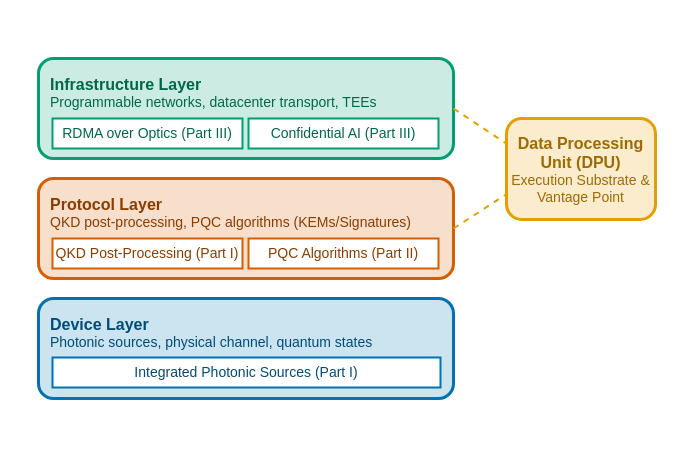
Before: figures/chapter2/cross_layer_stack.drawio in jgmj23/tue_phd_thesis, a draw.io diagram. Source tidied: cells renumbered, new cells numbered last; positions are measured from the earlier drawing's top-left corner, leaving out a move shared by most shapes. Both pictures are drawn from the tidied source at 100%, with x=0, y=0 at pixel (38, 58).
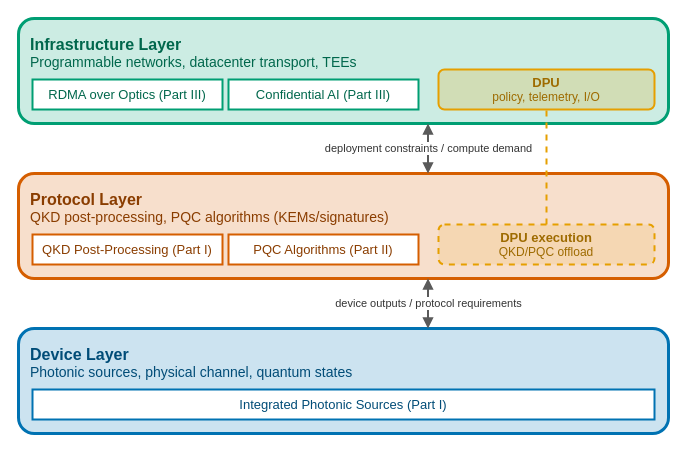
After the change.

Change to the diagram source:
```diff
@@
 <mxGraphModel>
   <root>
     <mxCell id="0" />
     <mxCell id="1" parent="0" />
-    <mxCell id="2" value="&lt;b style=&quot;font-size: 16px;&quot;&gt;Device Layer&lt;/b&gt;&lt;br&gt;&lt;div style=&quot;font-size: 14px;&quot;&gt;Photonic sources, physical channel, quantum states&lt;/div&gt;" style="rounded=1;whiteSpace=wrap;html=1;fillColor=#0072B2;fillOpacity=20;strokeColor=#0072B2;strokeWidth=3;fontFamily=LMRoman10;fontColor=#004C77;align=left;verticalAlign=top;spacingLeft=10;spacingTop=10;" parent="1" vertex="1">
-      <mxGeometry y="240" width="415" height="100" as="geometry" />
-    </mxCell>
-    <mxCell id="3" value="Integrated Photonic Sources (Part I)" style="rounded=0;whiteSpace=wrap;html=1;fillColor=#ffffff;strokeColor=#0072B2;strokeWidth=2;fontFamily=LMRoman10;fontColor=#004C77;fontSize=14;" parent="1" vertex="1">
-      <mxGeometry x="14" y="299" width="388" height="30" as="geometry" />
-    </mxCell>
+    <mxCell id="7" value="&lt;b style=&quot;font-size: 16px;&quot;&gt;Infrastructure Layer&lt;/b&gt;&lt;br&gt;&lt;div style=&quot;font-size: 14px;&quot;&gt;Programmable networks, datacenter transport, TEEs&lt;/div&gt;" style="rounded=1;whiteSpace=wrap;html=1;fillColor=#009E73;fillOpacity=20;strokeColor=#009E73;strokeWidth=3;fontFamily=LMRoman10;fontColor=#00674C;align=left;verticalAlign=top;spacingLeft=10;spacingTop=10;" parent="1" vertex="1">
+      <mxGeometry x="-20" y="-40" width="650" height="105" as="geometry" />
+    </mxCell>
+    <mxCell id="8" value="RDMA over Optics (Part III)" style="rounded=0;whiteSpace=wrap;html=1;fillColor=#ffffff;strokeColor=#009E73;strokeWidth=2;fontFamily=LMRoman10;fontColor=#00674C;fontSize=13;" parent="1" vertex="1">
+      <mxGeometry x="-6" y="21" width="190" height="30" as="geometry" />
+    </mxCell>
+    <mxCell id="9" value="Confidential AI (Part III)" style="rounded=0;whiteSpace=wrap;html=1;fillColor=#ffffff;strokeColor=#009E73;strokeWidth=2;fontFamily=LMRoman10;fontColor=#00674C;fontSize=13;" parent="1" vertex="1">
+      <mxGeometry x="190" y="21" width="190" height="30" as="geometry" />
+    </mxCell>
+    <mxCell id="13" value="&lt;b&gt;DPU&lt;/b&gt;&lt;br&gt;&lt;div style=&quot;font-size: 12px;&quot;&gt;policy, telemetry, I/O&lt;/div&gt;" style="rounded=1;whiteSpace=wrap;html=1;fillColor=#E69F00;fillOpacity=20;strokeColor=#E69F00;strokeWidth=2;fontFamily=LMRoman10;fontColor=#9E6B00;fontSize=13;" parent="1" vertex="1">
+      <mxGeometry x="400" y="11" width="216" height="40" as="geometry" />
+    </mxCell>
-    <mxCell id="4" value="&lt;b style=&quot;font-size: 16px;&quot;&gt;Protocol Layer&lt;/b&gt;&lt;br&gt;&lt;div style=&quot;font-size: 14px;&quot;&gt;QKD post-processing, PQC algorithms (KEMs/Signatures)&lt;/div&gt;" style="rounded=1;whiteSpace=wrap;html=1;fillColor=#D55E00;fillOpacity=20;strokeColor=#D55E00;strokeWidth=3;fontFamily=LMRoman10;fontColor=#8A3D00;align=left;verticalAlign=top;spacingLeft=10;spacingTop=10;" parent="1" vertex="1">
-      <mxGeometry y="120" width="415" height="100" as="geometry" />
+    <mxCell id="4" value="&lt;b style=&quot;font-size: 16px;&quot;&gt;Protocol Layer&lt;/b&gt;&lt;br&gt;&lt;div style=&quot;font-size: 14px;&quot;&gt;QKD post-processing, PQC algorithms (KEMs/signatures)&lt;/div&gt;" style="rounded=1;whiteSpace=wrap;html=1;fillColor=#D55E00;fillOpacity=20;strokeColor=#D55E00;strokeWidth=3;fontFamily=LMRoman10;fontColor=#8A3D00;align=left;verticalAlign=top;spacingLeft=10;spacingTop=10;" parent="1" vertex="1">
+      <mxGeometry x="-20" y="115" width="650" height="105" as="geometry" />
     </mxCell>
-    <mxCell id="5" value="QKD Post-Processing (Part I)" style="rounded=0;whiteSpace=wrap;html=1;fillColor=#ffffff;strokeColor=#D55E00;strokeWidth=2;fontFamily=LMRoman10;fontColor=#8A3D00;fontSize=14;" parent="1" vertex="1">
-      <mxGeometry x="14" y="180" width="190" height="30" as="geometry" />
+    <mxCell id="5" value="QKD Post-Processing (Part I)" style="rounded=0;whiteSpace=wrap;html=1;fillColor=#ffffff;strokeColor=#D55E00;strokeWidth=2;fontFamily=LMRoman10;fontColor=#8A3D00;fontSize=13;" parent="1" vertex="1">
+      <mxGeometry x="-6" y="176" width="190" height="30" as="geometry" />
     </mxCell>
-    <mxCell id="6" value="PQC Algorithms (Part II)" style="rounded=0;whiteSpace=wrap;html=1;fillColor=#ffffff;strokeColor=#D55E00;strokeWidth=2;fontFamily=LMRoman10;fontColor=#8A3D00;fontSize=14;" parent="1" vertex="1">
-      <mxGeometry x="210" y="180" width="190" height="30" as="geometry" />
+    <mxCell id="6" value="PQC Algorithms (Part II)" style="rounded=0;whiteSpace=wrap;html=1;fillColor=#ffffff;strokeColor=#D55E00;strokeWidth=2;fontFamily=LMRoman10;fontColor=#8A3D00;fontSize=13;" parent="1" vertex="1">
+      <mxGeometry x="190" y="176" width="190" height="30" as="geometry" />
     </mxCell>
-    <mxCell id="7" value="&lt;b style=&quot;font-size: 16px;&quot;&gt;Infrastructure Layer&lt;/b&gt;&lt;br&gt;&lt;div style=&quot;font-size: 14px;&quot;&gt;Programmable networks, datacenter transport, TEEs&lt;/div&gt;" style="rounded=1;whiteSpace=wrap;html=1;fillColor=#009E73;fillOpacity=20;strokeColor=#009E73;strokeWidth=3;fontFamily=LMRoman10;fontColor=#00674C;align=left;verticalAlign=top;spacingLeft=10;spacingTop=10;" parent="1" vertex="1">
-      <mxGeometry width="415" height="100" as="geometry" />
-    </mxCell>
-    <mxCell id="8" value="RDMA over Optics (Part III)" style="rounded=0;whiteSpace=wrap;html=1;fillColor=#ffffff;strokeColor=#009E73;strokeWidth=2;fontFamily=LMRoman10;fontColor=#00674C;fontSize=14;" parent="1" vertex="1">
-      <mxGeometry x="14" y="60" width="190" height="30" as="geometry" />
-    </mxCell>
-    <mxCell id="9" value="Confidential AI (Part III)" style="rounded=0;whiteSpace=wrap;html=1;fillColor=#ffffff;strokeColor=#009E73;strokeWidth=2;fontFamily=LMRoman10;fontColor=#00674C;fontSize=14;" parent="1" vertex="1">
-      <mxGeometry x="210" y="60" width="190" height="30" as="geometry" />
-    </mxCell>
-    <mxCell id="10" value="&lt;b style=&quot;font-size: 16px;&quot;&gt;Data Processing Unit (DPU)&lt;/b&gt;&lt;br&gt;&lt;div style=&quot;font-size: 14px;&quot;&gt;Execution Substrate &amp;amp; Vantage Point&lt;/div&gt;" style="rounded=1;whiteSpace=wrap;html=1;fillColor=#E69F00;fillOpacity=20;strokeColor=#E69F00;strokeWidth=3;fontFamily=LMRoman10;fontColor=#9E6B00;align=center;verticalAlign=middle;" parent="1" vertex="1">
-      <mxGeometry x="468" y="60" width="149" height="101" as="geometry" />
-    </mxCell>
-    <mxCell id="11" style="endArrow=none;dashed=1;html=1;strokeWidth=2;strokeColor=#E69F00;exitX=1;exitY=0.5;exitDx=0;exitDy=0;entryX=0;entryY=0.25;entryDx=0;entryDy=0;" parent="1" edge="1" source="7" target="10">
-      <mxGeometry relative="1" as="geometry" />
-    </mxCell>
-    <mxCell id="12" style="endArrow=none;dashed=1;html=1;strokeWidth=2;strokeColor=#E69F00;exitX=1;exitY=0.5;exitDx=0;exitDy=0;entryX=0;entryY=0.75;entryDx=0;entryDy=0;" parent="1" edge="1" source="4" target="10">
-      <mxGeometry relative="1" as="geometry" />
-    </mxCell>
+    <mxCell id="14" value="&lt;b&gt;DPU execution&lt;/b&gt;&lt;br&gt;&lt;div style=&quot;font-size: 12px;&quot;&gt;QKD/PQC offload&lt;/div&gt;" style="rounded=1;whiteSpace=wrap;html=1;fillColor=#E69F00;fillOpacity=12;strokeColor=#E69F00;strokeWidth=2;dashed=1;fontFamily=LMRoman10;fontColor=#9E6B00;fontSize=13;" parent="1" vertex="1">
+      <mxGeometry x="400" y="166" width="216" height="40" as="geometry" />
+    </mxCell>
+    <mxCell id="2" value="&lt;b style=&quot;font-size: 16px;&quot;&gt;Device Layer&lt;/b&gt;&lt;br&gt;&lt;div style=&quot;font-size: 14px;&quot;&gt;Photonic sources, physical channel, quantum states&lt;/div&gt;" style="rounded=1;whiteSpace=wrap;html=1;fillColor=#0072B2;fillOpacity=20;strokeColor=#0072B2;strokeWidth=3;fontFamily=LMRoman10;fontColor=#004C77;align=left;verticalAlign=top;spacingLeft=10;spacingTop=10;" parent="1" vertex="1">
+      <mxGeometry x="-20" y="270" width="650" height="105" as="geometry" />
+    </mxCell>
+    <mxCell id="3" value="Integrated Photonic Sources (Part I)" style="rounded=0;whiteSpace=wrap;html=1;fillColor=#ffffff;strokeColor=#0072B2;strokeWidth=2;fontFamily=LMRoman10;fontColor=#004C77;fontSize=13;" parent="1" vertex="1">
+      <mxGeometry x="-6" y="331" width="622" height="30" as="geometry" />
+    </mxCell>
+    <mxCell id="15" value="deployment constraints / compute demand" style="startArrow=block;startFill=1;endArrow=block;endFill=1;html=1;strokeWidth=2;strokeColor=#5A5A5A;fontFamily=LMRoman10;fontColor=#333333;fontSize=11;labelBackgroundColor=#ffffff;exitX=0.63;exitY=0;exitDx=0;exitDy=0;entryX=0.63;entryY=1;entryDx=0;entryDy=0;" parent="1" edge="1" source="4" target="7">
+      <mxGeometry relative="1" as="geometry" />
+    </mxCell>
+    <mxCell id="16" value="device outputs / protocol requirements" style="startArrow=block;startFill=1;endArrow=block;endFill=1;html=1;strokeWidth=2;strokeColor=#5A5A5A;fontFamily=LMRoman10;fontColor=#333333;fontSize=11;labelBackgroundColor=#ffffff;exitX=0.63;exitY=0;exitDx=0;exitDy=0;entryX=0.63;entryY=1;entryDx=0;entryDy=0;" parent="1" edge="1" source="2" target="4">
+      <mxGeometry relative="1" as="geometry" />
+    </mxCell>
+    <mxCell id="17" style="endArrow=none;startArrow=none;dashed=1;html=1;strokeWidth=2;strokeColor=#E69F00;exitX=0.5;exitY=0;exitDx=0;exitDy=0;entryX=0.5;entryY=1;entryDx=0;entryDy=0;" parent="1" edge="1" source="14" target="13">
+      <mxGeometry relative="1" as="geometry" />
+    </mxCell>
   </root>
 </mxGraphModel>
```
